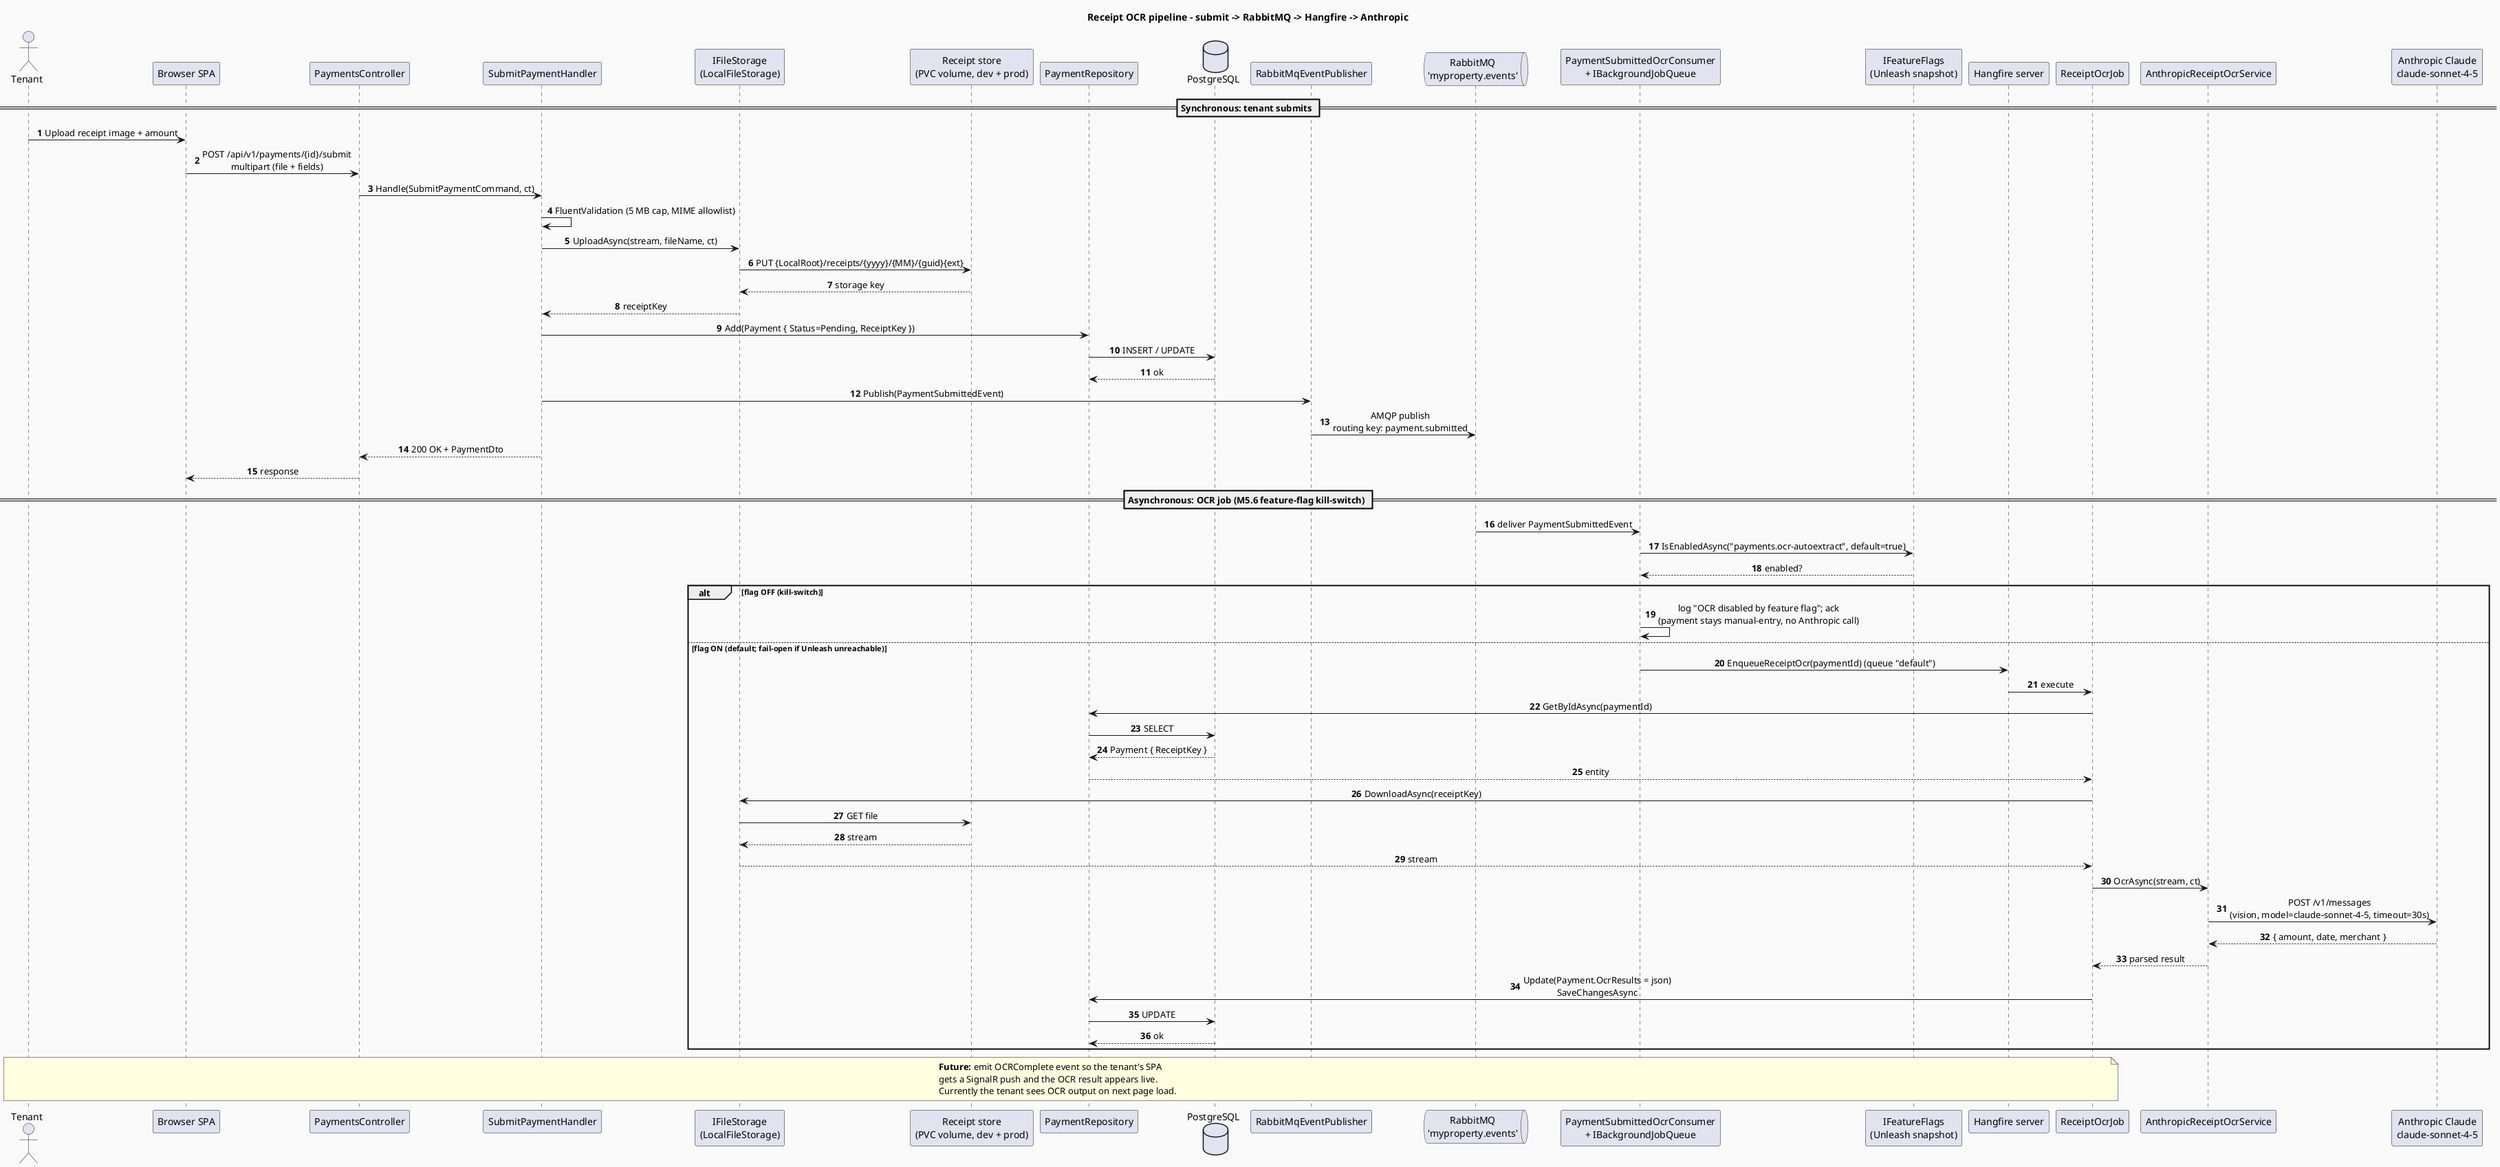
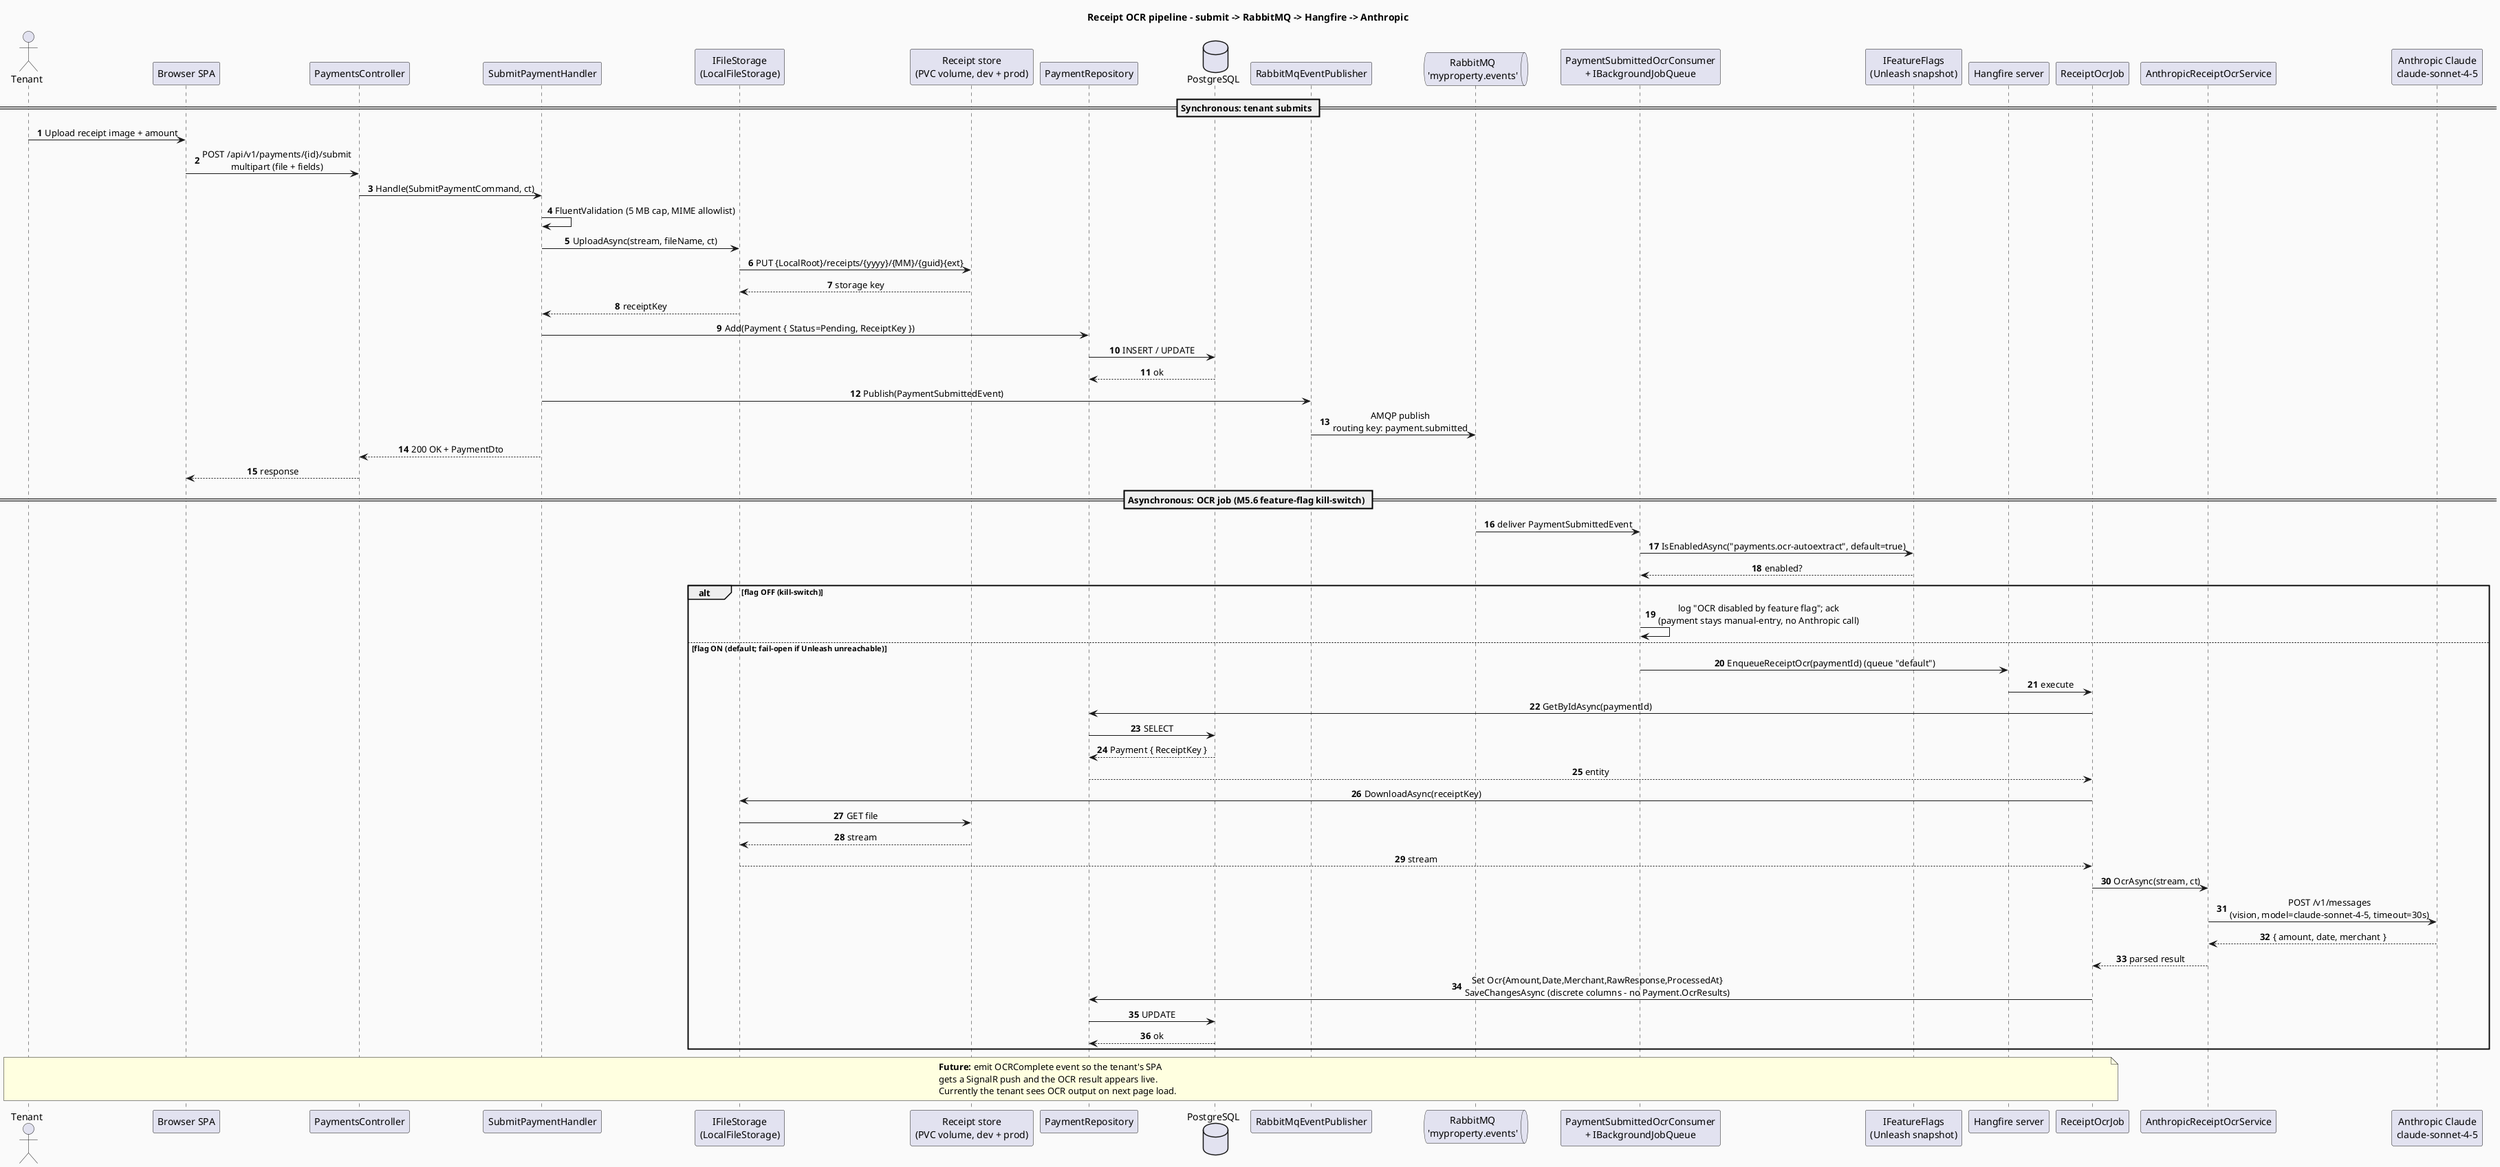
@startuml
title Receipt OCR pipeline - submit -> RabbitMQ -> Hangfire -> Anthropic

skinparam BackgroundColor #FAFAFA
skinparam sequenceMessageAlign center

actor       "Tenant"                                       as tenant
participant "Browser SPA"                                  as spa
participant "PaymentsController"                           as ctrl
participant "SubmitPaymentHandler"                         as handler
participant "IFileStorage\n(LocalFileStorage)"             as fs
participant "Receipt store\n(PVC volume, dev + prod)"      as store
participant "PaymentRepository"                            as repo
database    "PostgreSQL"                                   as pg
participant "RabbitMqEventPublisher"                       as mqpub
queue       "RabbitMQ\n'myproperty.events'"                as mq
participant "PaymentSubmittedOcrConsumer\n+ IBackgroundJobQueue" as ocrcons
participant "IFeatureFlags\n(Unleash snapshot)"            as flags
participant "Hangfire server"                              as hf
participant "ReceiptOcrJob"                                as ocrjob
participant "AnthropicReceiptOcrService"                   as anth
participant "Anthropic Claude\nclaude-sonnet-4-5"          as claude

autonumber

== Synchronous: tenant submits ==
tenant -> spa: Upload receipt image + amount
spa -> ctrl: POST /api/v1/payments/{id}/submit\nmultipart (file + fields)
ctrl -> handler: Handle(SubmitPaymentCommand, ct)
handler -> handler: FluentValidation (5 MB cap, MIME allowlist)
handler -> fs: UploadAsync(stream, fileName, ct)
fs -> store: PUT {LocalRoot}/receipts/{yyyy}/{MM}/{guid}{ext}
store --> fs: storage key
fs --> handler: receiptKey
handler -> repo: Add(Payment { Status=Pending, ReceiptKey })
repo -> pg: INSERT / UPDATE
pg --> repo: ok
handler -> mqpub: Publish(PaymentSubmittedEvent)
mqpub -> mq: AMQP publish\nrouting key: payment.submitted
handler --> ctrl: 200 OK + PaymentDto
ctrl --> spa: response

== Asynchronous: OCR job (M5.6 feature-flag kill-switch) ==
mq -> ocrcons: deliver PaymentSubmittedEvent
ocrcons -> flags: IsEnabledAsync("payments.ocr-autoextract", default=true)
flags --> ocrcons: enabled?
alt flag OFF (kill-switch)
  ocrcons -> ocrcons: log "OCR disabled by feature flag"; ack\n(payment stays manual-entry, no Anthropic call)
else flag ON (default; fail-open if Unleash unreachable)
  ocrcons -> hf: EnqueueReceiptOcr(paymentId) (queue "default")
  hf -> ocrjob: execute
  ocrjob -> repo: GetByIdAsync(paymentId)
  repo -> pg: SELECT
  pg --> repo: Payment { ReceiptKey }
  repo --> ocrjob: entity
  ocrjob -> fs: DownloadAsync(receiptKey)
  fs -> store: GET file
  store --> fs: stream
  fs --> ocrjob: stream
  ocrjob -> anth: OcrAsync(stream, ct)
  anth -> claude: POST /v1/messages\n(vision, model=claude-sonnet-4-5, timeout=30s)
  claude --> anth: { amount, date, merchant }
  anth --> ocrjob: parsed result
-   ocrjob -> repo: Update(Payment.OcrResults = json)\nSaveChangesAsync
+   ocrjob -> repo: Set Ocr{Amount,Date,Merchant,RawResponse,ProcessedAt}\nSaveChangesAsync (discrete columns - no Payment.OcrResults)
  repo -> pg: UPDATE
  pg --> repo: ok
end

note over ocrjob, tenant #LightYellow
**Future:** emit OCRComplete event so the tenant's SPA
gets a SignalR push and the OCR result appears live.
Currently the tenant sees OCR output on next page load.
end note

@enduml
